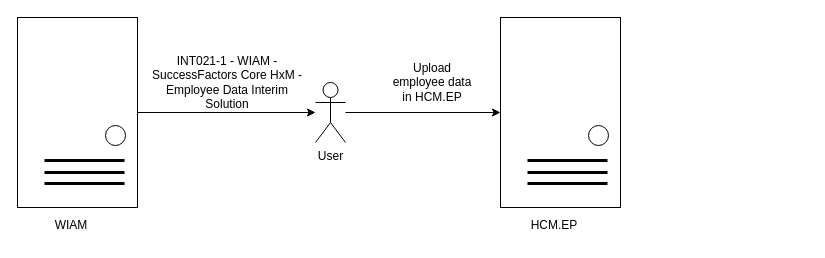
This is page "INT021" (10 of 13) of Untitled Diagram.drawio from wsxad234/flowchart, a draw.io file, before an edit. Source tidied: cells renumbered, new cells numbered last; positions are measured from the earlier drawing's top-left corner, leaving out a move shared by most shapes. Both pictures are drawn from the tidied source at 100%, with x=0, y=0 at pixel (17, 17).
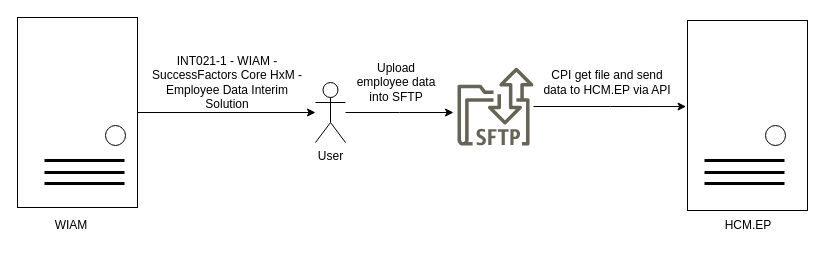
After the change.

Unchanged cells that the change refers to:
```xml
<mxCell id="16" value="User" style="shape=umlActor;verticalLabelPosition=bottom;verticalAlign=top;html=1;outlineConnect=0;" parent="1" vertex="1">
  <mxGeometry x="298" y="65" width="30" height="60" as="geometry" />
</mxCell>
```

The edit, as a diff of the source:
```diff
@@
-    <mxCell id="9" style="rounded=0;whiteSpace=wrap;html=1;" parent="1" vertex="1">
-      <mxGeometry x="483" width="120" height="190" as="geometry" />
-    </mxCell>
-    <mxCell id="10" style="ellipse;whiteSpace=wrap;html=1;direction=south;" parent="1" vertex="1">
-      <mxGeometry x="571" y="108" width="20" height="20" as="geometry" />
-    </mxCell>
-    <mxCell id="11" value="HCM.EP" style="text;html=1;strokeColor=none;fillColor=none;align=center;verticalAlign=middle;whiteSpace=wrap;rounded=0;" parent="1" vertex="1">
-      <mxGeometry x="507" y="193" width="60" height="30" as="geometry" />
-    </mxCell>
-    <mxCell id="12" style="endArrow=none;html=1;rounded=0;align=center;strokeWidth=3;" parent="1" edge="1">
-      <mxGeometry relative="1" as="geometry">
-        <mxPoint x="510" y="143" as="sourcePoint" />
-        <mxPoint x="590" y="143" as="targetPoint" />
-      </mxGeometry>
-    </mxCell>
-    <mxCell id="13" style="endArrow=none;html=1;rounded=0;align=center;strokeWidth=3;" parent="1" edge="1">
-      <mxGeometry relative="1" as="geometry">
-        <mxPoint x="510" y="155" as="sourcePoint" />
-        <mxPoint x="590" y="155" as="targetPoint" />
-      </mxGeometry>
-    </mxCell>
-    <mxCell id="14" style="endArrow=none;html=1;rounded=0;align=center;strokeWidth=3;" parent="1" edge="1">
-      <mxGeometry relative="1" as="geometry">
-        <mxPoint x="510" y="166" as="sourcePoint" />
-        <mxPoint x="590" y="166" as="targetPoint" />
-      </mxGeometry>
-    </mxCell>
-    <mxCell id="15" style="edgeStyle=orthogonalEdgeStyle;rounded=0;jettySize=auto;html=1;entryX=0;entryY=0.5;entryDx=0;entryDy=0;" parent="1" edge="1" source="16" target="9">
-      <mxGeometry relative="1" as="geometry" />
+    <mxCell id="15" style="edgeStyle=orthogonalEdgeStyle;rounded=0;jettySize=auto;html=1;entryX=0;entryY=0.5;entryDx=0;entryDy=0;" parent="1" edge="1" source="16">
+      <mxGeometry relative="1" as="geometry">
+        <mxPoint x="436" y="95" as="targetPoint" />
+      </mxGeometry>
     </mxCell>
@@
-    <mxCell id="18" value="Upload employee data in HCM.EP" style="text;html=1;strokeColor=none;fillColor=none;align=center;verticalAlign=middle;whiteSpace=wrap;rounded=0;" parent="1" vertex="1">
-      <mxGeometry x="370" y="50" width="90" height="30" as="geometry" />
+    <mxCell id="18" value="Upload employee data into SFTP" style="text;html=1;strokeColor=none;fillColor=none;align=center;verticalAlign=middle;whiteSpace=wrap;rounded=0;" parent="1" vertex="1">
+      <mxGeometry x="334" y="50" width="90" height="30" as="geometry" />
     </mxCell>
+    <mxCell id="19" style="rounded=0;whiteSpace=wrap;html=1;" parent="1" vertex="1">
+      <mxGeometry x="670" y="3" width="120" height="190" as="geometry" />
+    </mxCell>
+    <mxCell id="20" style="ellipse;whiteSpace=wrap;html=1;direction=south;" parent="1" vertex="1">
+      <mxGeometry x="748" y="108" width="20" height="20" as="geometry" />
+    </mxCell>
+    <mxCell id="11" value="HCM.EP" style="text;html=1;strokeColor=none;fillColor=none;align=center;verticalAlign=middle;whiteSpace=wrap;rounded=0;" parent="1" vertex="1">
+      <mxGeometry x="701" y="193" width="60" height="30" as="geometry" />
+    </mxCell>
+    <mxCell id="21" style="endArrow=none;html=1;rounded=0;align=center;strokeWidth=3;" parent="1" edge="1">
+      <mxGeometry relative="1" as="geometry">
+        <mxPoint x="687" y="143" as="sourcePoint" />
+        <mxPoint x="767" y="143" as="targetPoint" />
+      </mxGeometry>
+    </mxCell>
+    <mxCell id="22" style="endArrow=none;html=1;rounded=0;align=center;strokeWidth=3;" parent="1" edge="1">
+      <mxGeometry relative="1" as="geometry">
+        <mxPoint x="687" y="155" as="sourcePoint" />
+        <mxPoint x="767" y="155" as="targetPoint" />
+      </mxGeometry>
+    </mxCell>
+    <mxCell id="23" style="endArrow=none;html=1;rounded=0;align=center;strokeWidth=3;" parent="1" edge="1">
+      <mxGeometry relative="1" as="geometry">
+        <mxPoint x="687" y="166" as="sourcePoint" />
+        <mxPoint x="767" y="166" as="targetPoint" />
+      </mxGeometry>
+    </mxCell>
+    <mxCell id="24" style="sketch=0;outlineConnect=0;dashed=0;verticalLabelPosition=bottom;verticalAlign=top;align=center;html=1;fontSize=7;fontStyle=0;shape=mxgraph.aws4.transfer_for_sftp_resource;strokeWidth=0;spacing=1;fillColor=#676356;strokeColor=#d6b656;" parent="1" vertex="1">
+      <mxGeometry x="440" y="50" width="76" height="78" as="geometry" />
+    </mxCell>
+    <mxCell id="25" style="edgeStyle=orthogonalEdgeStyle;rounded=0;jettySize=auto;html=1;entryX=-0.012;entryY=0.453;entryDx=0;entryDy=0;entryPerimeter=0;" parent="1" edge="1" source="24" target="19">
+      <mxGeometry relative="1" as="geometry" />
+    </mxCell>
+    <mxCell id="26" value="CPI get file and send data to HCM.EP via API" style="text;html=1;strokeColor=none;fillColor=none;align=center;verticalAlign=middle;whiteSpace=wrap;rounded=0;" parent="1" vertex="1">
+      <mxGeometry x="520" y="50" width="140" height="30" as="geometry" />
+    </mxCell>
```
